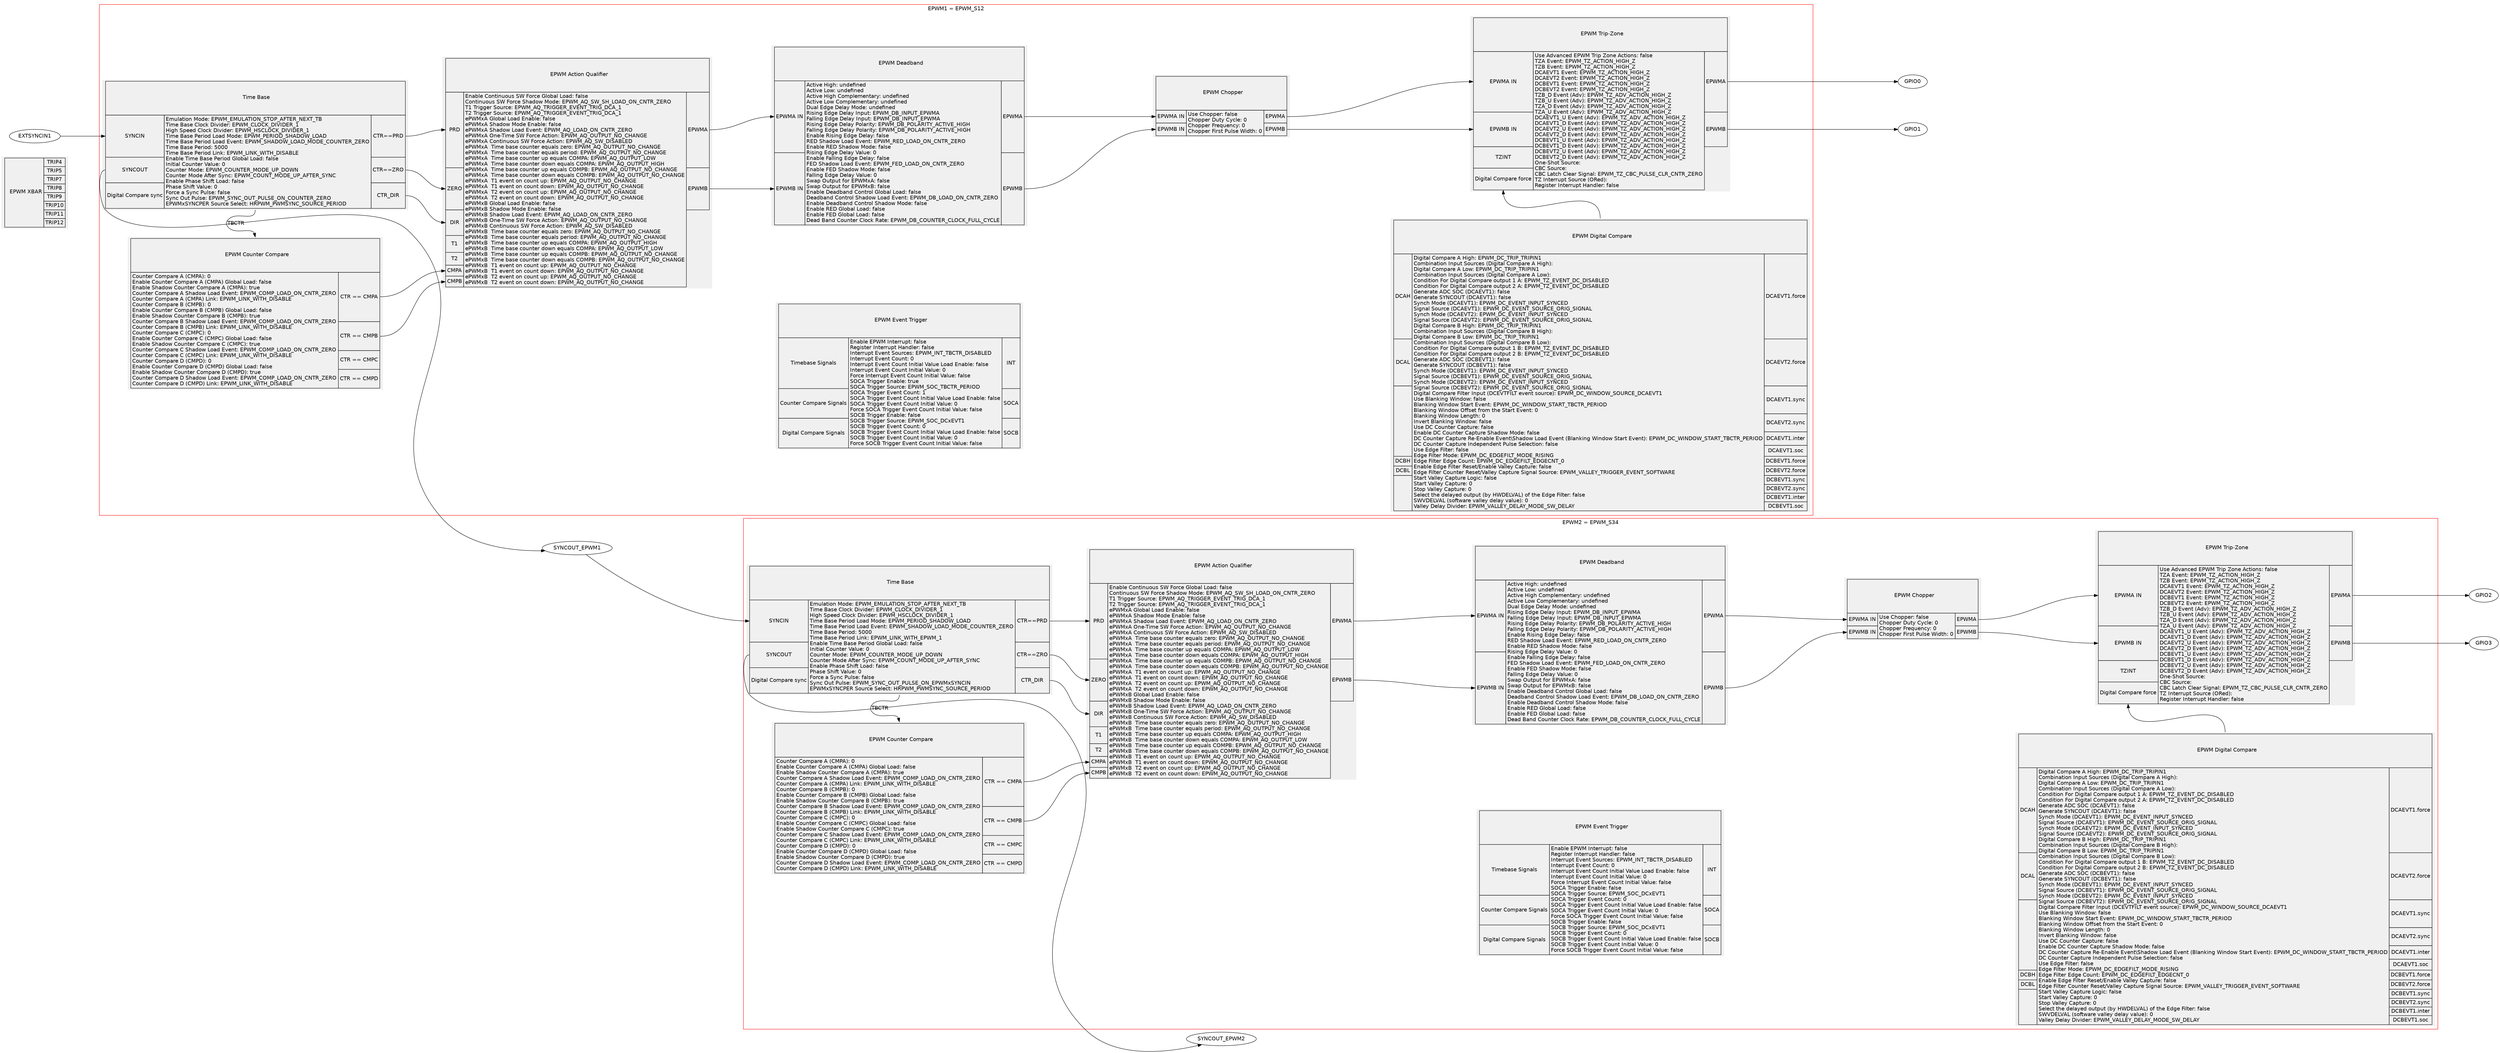
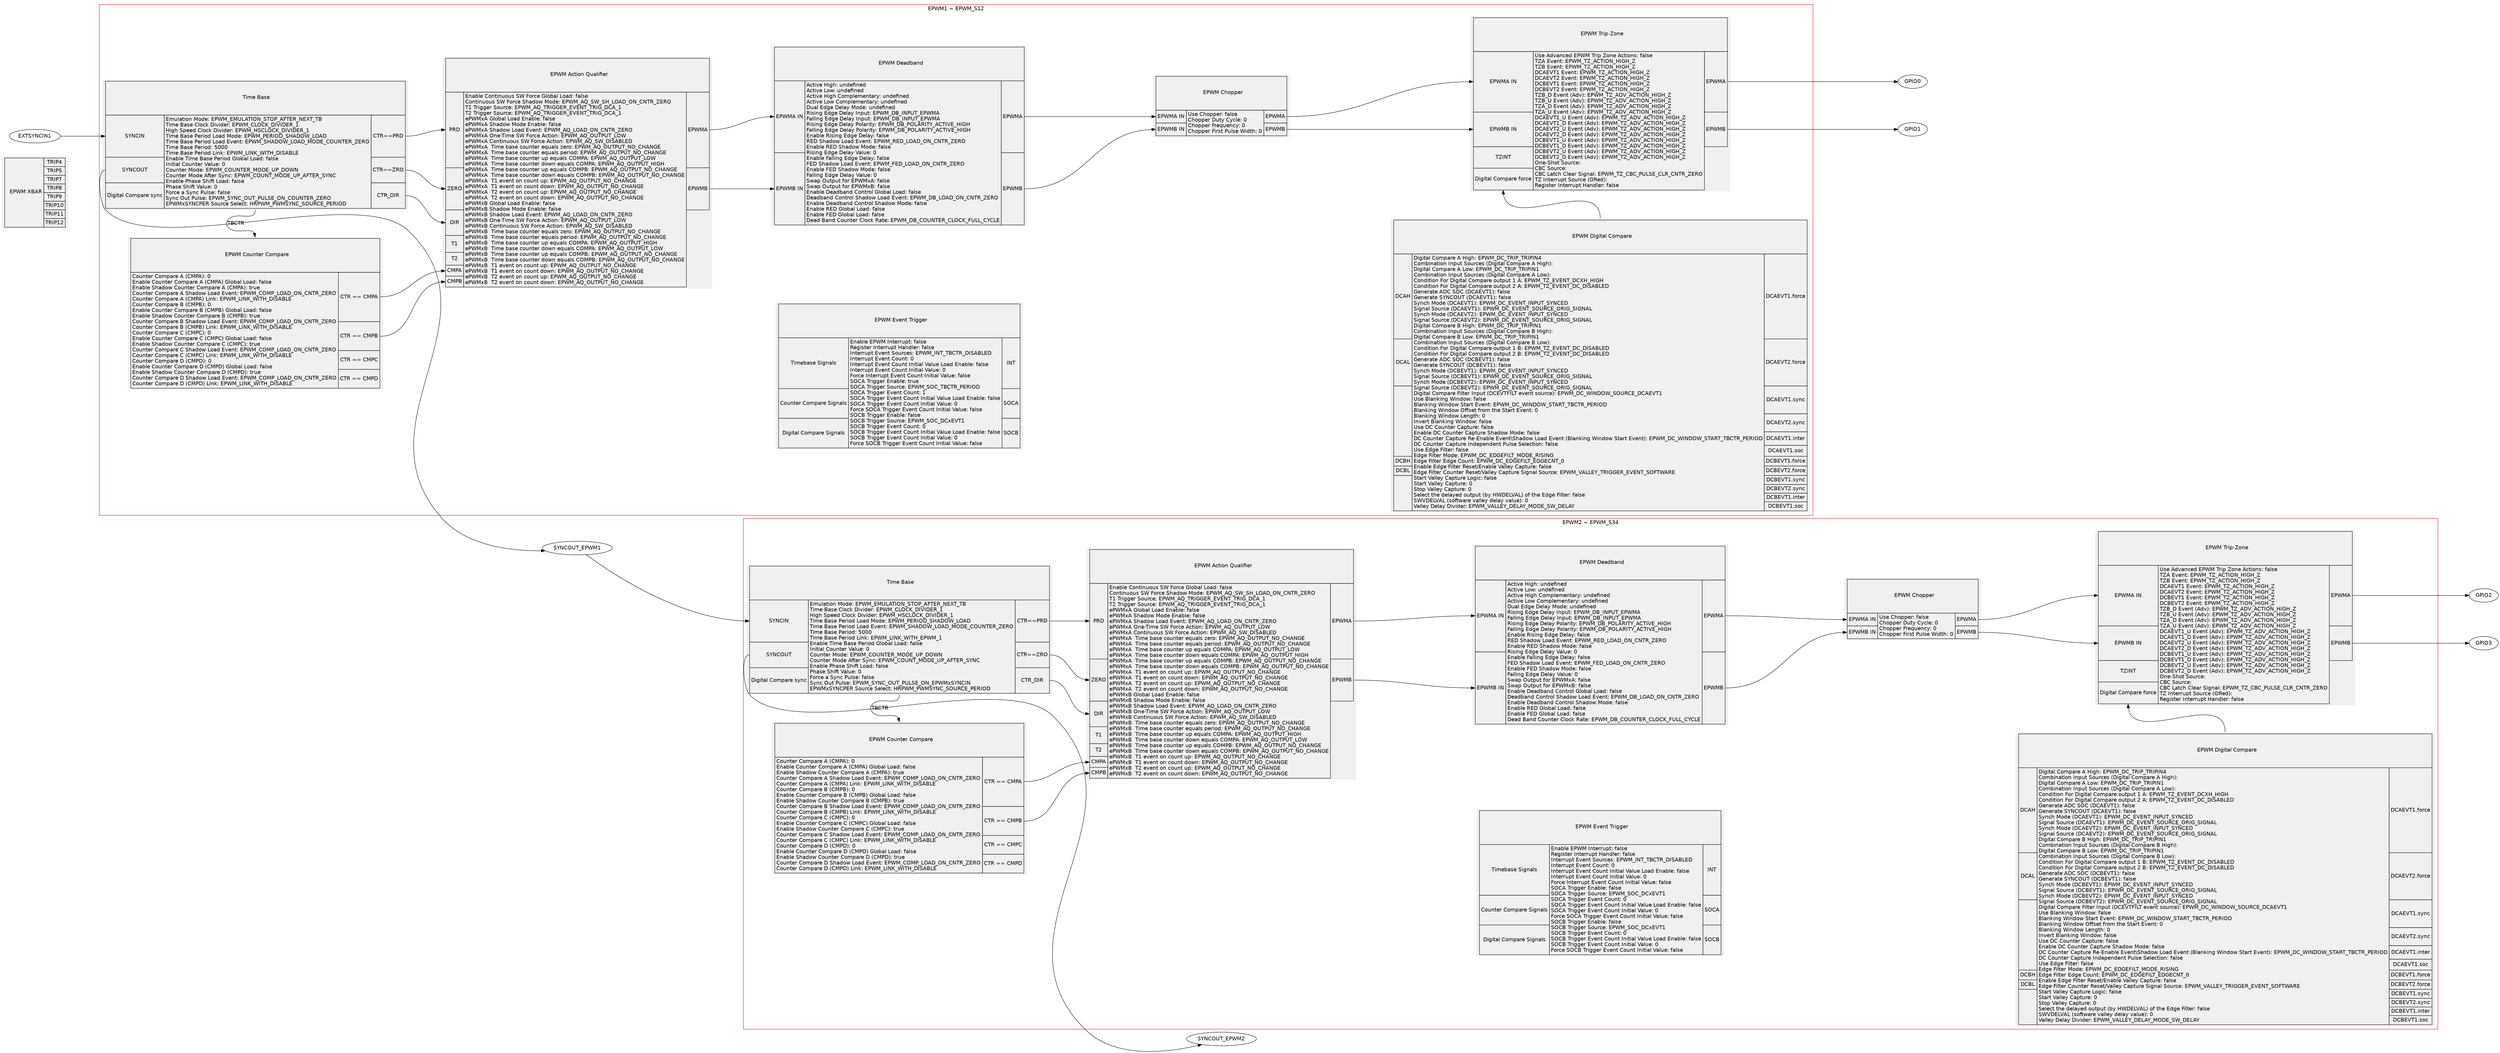
digraph {
    graph [fontname = "helvetica"];
    node  [fontname = "helvetica"];
    edge  [fontname = "helvetica"];
    graph [mclimit=50 nodesep=0.5 rankdir=LR ranksep=1.25]

    EPWMXBAR [label= <<TABLE BORDER='0' CELLBORDER='1' CELLPADDING='3' CELLSPACING='0'>
                       <TR><TD PORT='epwmxbar_title' ROWSPAN='9'><br/><br/>  EPWM XBAR<br/><br/><br/></TD></TR>
                       <TR><TD PORT='trip4'>TRIP4</TD></TR>
                       <TR><TD PORT='trip5'>TRIP5</TD></TR>
                       <TR><TD PORT='trip7'>TRIP7</TD></TR>
                       <TR><TD PORT='trip8'>TRIP8</TD></TR>
                       <TR><TD PORT='trip9'>TRIP9</TD></TR>
                       <TR><TD PORT='trip10'>TRIP10</TD></TR>
                       <TR><TD PORT='trip11'>TRIP11</TD></TR>
                       <TR><TD PORT='trip12'>TRIP12</TD></TR>
                       </TABLE>>
               color=black shape=plaintext fillcolor="#F0F0F0" style=filled]


    subgraph cluster_epwm1 {
        label = "EPWM1 = EPWM_S12";
        color=red;


        epwm1_TB [label= <<TABLE BORDER='0' CELLBORDER='1' CELLPADDING='3' CELLSPACING='0'>
                        <TR><TD PORT='' COLSPAN='3'><br/><br/>  Time Base <br/><br/><br/></TD></TR>
                        <TR><TD PORT='epwm1_syncin'>SYNCIN</TD><TD ROWSPAN='3'>Emulation Mode: EPWM_EMULATION_STOP_AFTER_NEXT_TB<br align="left" />Time Base Clock Divider: EPWM_CLOCK_DIVIDER_1<br align="left" />High Speed Clock Divider: EPWM_HSCLOCK_DIVIDER_1<br align="left" />Time Base Period Load Mode: EPWM_PERIOD_SHADOW_LOAD<br align="left" />Time Base Period Load Event: EPWM_SHADOW_LOAD_MODE_COUNTER_ZERO<br align="left" />Time Base Period: 5000<br align="left" />Time Base Period Link: EPWM_LINK_WITH_DISABLE<br align="left" />Enable Time Base Period Global Load: false<br align="left" />Initial Counter Value: 0<br align="left" />Counter Mode: EPWM_COUNTER_MODE_UP_DOWN<br align="left" />Counter Mode After Sync: EPWM_COUNT_MODE_UP_AFTER_SYNC<br align="left" />Enable Phase Shift Load: false<br align="left" />Phase Shift Value: 0<br align="left" />Force a Sync Pulse: false<br align="left" />Sync Out Pulse: EPWM_SYNC_OUT_PULSE_ON_COUNTER_ZERO<br align="left" />EPWMxSYNCPER Source Select: HRPWM_PWMSYNC_SOURCE_PERIOD<br align="left" /></TD><TD PORT='epwm1_tb_prd'>CTR==PRD</TD></TR>
                        <TR><TD PORT='epwm1_syncout'>SYNCOUT</TD><TD COL='3' PORT='epwm1_tb_zero'>CTR==ZRO</TD></TR>
                        <TR><TD PORT=''>Digital Compare sync</TD><TD COL='3' PORT='epwm1_tb_dir'>CTR_DIR</TD></TR>
                       </TABLE>>
               color=black shape=plaintext fillcolor="#F0F0F0" style=filled]


        epwm1_DC [label= <<TABLE BORDER='0' CELLBORDER='1' CELLPADDING='3' CELLSPACING='0'>
                       <TR><TD PORT='epwm1_dc_title' COLSPAN='3'><br/><br/>  EPWM Digital Compare<br/><br/><br/></TD></TR>
-                        <TR><TD PORT='epwm1_dcah'>DCAH</TD><TD ROWSPAN='12'>Digital Compare A High: EPWM_DC_TRIP_TRIPIN1<br align="left" />Combination Input Sources (Digital Compare A High): <br align="left" />Digital Compare A Low: EPWM_DC_TRIP_TRIPIN1<br align="left" />Combination Input Sources (Digital Compare A Low): <br align="left" />Condition For Digital Compare output 1 A: EPWM_TZ_EVENT_DC_DISABLED<br align="left" />Condition For Digital Compare output 2 A: EPWM_TZ_EVENT_DC_DISABLED<br align="left" />Generate ADC SOC (DCAEVT1): false<br align="left" />Generate SYNCOUT (DCAEVT1): false<br align="left" />Synch Mode (DCAEVT1): EPWM_DC_EVENT_INPUT_SYNCED<br align="left" />Signal Source (DCAEVT1): EPWM_DC_EVENT_SOURCE_ORIG_SIGNAL<br align="left" />Synch Mode (DCAEVT2): EPWM_DC_EVENT_INPUT_SYNCED<br align="left" />Signal Source (DCAEVT2): EPWM_DC_EVENT_SOURCE_ORIG_SIGNAL<br align="left" />Digital Compare B High: EPWM_DC_TRIP_TRIPIN1<br align="left" />Combination Input Sources (Digital Compare B High): <br align="left" />Digital Compare B Low: EPWM_DC_TRIP_TRIPIN1<br align="left" />Combination Input Sources (Digital Compare B Low): <br align="left" />Condition For Digital Compare output 1 B: EPWM_TZ_EVENT_DC_DISABLED<br align="left" />Condition For Digital Compare output 2 B: EPWM_TZ_EVENT_DC_DISABLED<br align="left" />Generate ADC SOC (DCBEVT1): false<br align="left" />Generate SYNCOUT (DCBEVT1): false<br align="left" />Synch Mode (DCBEVT1): EPWM_DC_EVENT_INPUT_SYNCED<br align="left" />Signal Source (DCBEVT1): EPWM_DC_EVENT_SOURCE_ORIG_SIGNAL<br align="left" />Synch Mode (DCBEVT2): EPWM_DC_EVENT_INPUT_SYNCED<br align="left" />Signal Source (DCBEVT2): EPWM_DC_EVENT_SOURCE_ORIG_SIGNAL<br align="left" />Digital Compare Filter Input (DCEVTFILT event source): EPWM_DC_WINDOW_SOURCE_DCAEVT1<br align="left" />Use Blanking Window: false<br align="left" />Blanking Window Start Event: EPWM_DC_WINDOW_START_TBCTR_PERIOD<br align="left" />Blanking Window Offset from the Start Event: 0<br align="left" />Blanking Window Length: 0<br align="left" />Invert Blanking Window: false<br align="left" />Use DC Counter Capture: false<br align="left" />Enable DC Counter Capture Shadow Mode: false<br align="left" />DC Counter Capture Re-Enable Event\Shadow Load Event (Blanking Window Start Event): EPWM_DC_WINDOW_START_TBCTR_PERIOD<br align="left" />DC Counter Capture Independent Pulse Selection: false<br align="left" />Use Edge Filter: false<br align="left" />Edge Filter Mode: EPWM_DC_EDGEFILT_MODE_RISING<br align="left" />Edge Filter Edge Count: EPWM_DC_EDGEFILT_EDGECNT_0<br align="left" />Enable Edge Filter Reset/Enable Valley Capture: false<br align="left" />Edge Filter Counter Reset/Valley Capture Signal Source: EPWM_VALLEY_TRIGGER_EVENT_SOFTWARE<br align="left" />Start Valley Capture Logic: false<br align="left" />Start Valley Capture: 0<br align="left" />Stop Valley Capture: 0<br align="left" />Select the delayed output (by HWDELVAL) of the Edge Filter: false<br align="left" />SWVDELVAL (software valley delay value): 0<br align="left" />Valley Delay Divider: EPWM_VALLEY_DELAY_MODE_SW_DELAY<br align="left" /></TD><TD COL='3' PORT='epwm1_dcaevt1frc'>DCAEVT1.force</TD></TR>
+                        <TR><TD PORT='epwm1_dcah'>DCAH</TD><TD ROWSPAN='12'>Digital Compare A High: EPWM_DC_TRIP_TRIPIN4<br align="left" />Combination Input Sources (Digital Compare A High): <br align="left" />Digital Compare A Low: EPWM_DC_TRIP_TRIPIN1<br align="left" />Combination Input Sources (Digital Compare A Low): <br align="left" />Condition For Digital Compare output 1 A: EPWM_TZ_EVENT_DCXH_HIGH<br align="left" />Condition For Digital Compare output 2 A: EPWM_TZ_EVENT_DC_DISABLED<br align="left" />Generate ADC SOC (DCAEVT1): false<br align="left" />Generate SYNCOUT (DCAEVT1): false<br align="left" />Synch Mode (DCAEVT1): EPWM_DC_EVENT_INPUT_SYNCED<br align="left" />Signal Source (DCAEVT1): EPWM_DC_EVENT_SOURCE_ORIG_SIGNAL<br align="left" />Synch Mode (DCAEVT2): EPWM_DC_EVENT_INPUT_SYNCED<br align="left" />Signal Source (DCAEVT2): EPWM_DC_EVENT_SOURCE_ORIG_SIGNAL<br align="left" />Digital Compare B High: EPWM_DC_TRIP_TRIPIN1<br align="left" />Combination Input Sources (Digital Compare B High): <br align="left" />Digital Compare B Low: EPWM_DC_TRIP_TRIPIN1<br align="left" />Combination Input Sources (Digital Compare B Low): <br align="left" />Condition For Digital Compare output 1 B: EPWM_TZ_EVENT_DC_DISABLED<br align="left" />Condition For Digital Compare output 2 B: EPWM_TZ_EVENT_DC_DISABLED<br align="left" />Generate ADC SOC (DCBEVT1): false<br align="left" />Generate SYNCOUT (DCBEVT1): false<br align="left" />Synch Mode (DCBEVT1): EPWM_DC_EVENT_INPUT_SYNCED<br align="left" />Signal Source (DCBEVT1): EPWM_DC_EVENT_SOURCE_ORIG_SIGNAL<br align="left" />Synch Mode (DCBEVT2): EPWM_DC_EVENT_INPUT_SYNCED<br align="left" />Signal Source (DCBEVT2): EPWM_DC_EVENT_SOURCE_ORIG_SIGNAL<br align="left" />Digital Compare Filter Input (DCEVTFILT event source): EPWM_DC_WINDOW_SOURCE_DCAEVT1<br align="left" />Use Blanking Window: false<br align="left" />Blanking Window Start Event: EPWM_DC_WINDOW_START_TBCTR_PERIOD<br align="left" />Blanking Window Offset from the Start Event: 0<br align="left" />Blanking Window Length: 0<br align="left" />Invert Blanking Window: false<br align="left" />Use DC Counter Capture: false<br align="left" />Enable DC Counter Capture Shadow Mode: false<br align="left" />DC Counter Capture Re-Enable Event\Shadow Load Event (Blanking Window Start Event): EPWM_DC_WINDOW_START_TBCTR_PERIOD<br align="left" />DC Counter Capture Independent Pulse Selection: false<br align="left" />Use Edge Filter: false<br align="left" />Edge Filter Mode: EPWM_DC_EDGEFILT_MODE_RISING<br align="left" />Edge Filter Edge Count: EPWM_DC_EDGEFILT_EDGECNT_0<br align="left" />Enable Edge Filter Reset/Enable Valley Capture: false<br align="left" />Edge Filter Counter Reset/Valley Capture Signal Source: EPWM_VALLEY_TRIGGER_EVENT_SOFTWARE<br align="left" />Start Valley Capture Logic: false<br align="left" />Start Valley Capture: 0<br align="left" />Stop Valley Capture: 0<br align="left" />Select the delayed output (by HWDELVAL) of the Edge Filter: false<br align="left" />SWVDELVAL (software valley delay value): 0<br align="left" />Valley Delay Divider: EPWM_VALLEY_DELAY_MODE_SW_DELAY<br align="left" /></TD><TD COL='3' PORT='epwm1_dcaevt1frc'>DCAEVT1.force</TD></TR>
                       <TR><TD PORT='epwm1_dcal'>DCAL</TD>                                 <TD COL='3' PORT=''>DCAEVT2.force</TD></TR>
                       <TR><TD ROWSPAN='4'></TD>                                                        <TD COL='3' PORT=''>DCAEVT1.sync</TD></TR>
                       <TR>                                                                             <TD COL='3' PORT=''>DCAEVT2.sync</TD></TR>
                       <TR>                                                                             <TD COL='3' PORT=''>DCAEVT1.inter</TD></TR>
                       <TR>                                                                             <TD COL='3' PORT=''>DCAEVT1.soc</TD></TR>
                       <TR><TD PORT='epwm1_dcbh'>DCBH</TD>                                 <TD PORT='epwm1_dcbevt1frc'>DCBEVT1.force</TD></TR>
                       <TR><TD PORT='epwm1_dcbl'>DCBL</TD>                                 <TD PORT=''>DCBEVT2.force</TD></TR>
                       <TR><TD ROWSPAN='4'></TD>                                                        <TD COL='3' PORT=''>DCBEVT1.sync</TD></TR>
                       <TR>                                                                             <TD COL='3' PORT=''>DCBEVT2.sync</TD></TR>
                       <TR>                                                                             <TD COL='3' PORT=''>DCBEVT1.inter</TD></TR>
                       <TR>                                                                             <TD COL='3' PORT=''>DCBEVT1.soc</TD></TR>
                       </TABLE>>
               color=black shape=plaintext fillcolor="#F0F0F0" style=filled]


        epwm1_CC [label= <<TABLE BORDER='0' CELLBORDER='1' CELLPADDING='3' CELLSPACING='0'>
                       <TR><TD PORT='epwm1_cc_title' COLSPAN='3'><br/><br/>  EPWM Counter Compare<br/><br/><br/></TD></TR>
                       <TR><TD PORT='' COLSPAN='2' ROWSPAN='4'>Counter Compare A (CMPA): 0<br align="left" />Enable Counter Compare A (CMPA) Global Load: false<br align="left" />Enable Shadow Counter Compare A (CMPA): true<br align="left" />Counter Compare A Shadow Load Event: EPWM_COMP_LOAD_ON_CNTR_ZERO<br align="left" />Counter Compare A (CMPA) Link: EPWM_LINK_WITH_DISABLE<br align="left" />Counter Compare B (CMPB): 0<br align="left" />Enable Counter Compare B (CMPB) Global Load: false<br align="left" />Enable Shadow Counter Compare B (CMPB): true<br align="left" />Counter Compare B Shadow Load Event: EPWM_COMP_LOAD_ON_CNTR_ZERO<br align="left" />Counter Compare B (CMPB) Link: EPWM_LINK_WITH_DISABLE<br align="left" />Counter Compare C (CMPC): 0<br align="left" />Enable Counter Compare C (CMPC) Global Load: false<br align="left" />Enable Shadow Counter Compare C (CMPC): true<br align="left" />Counter Compare C Shadow Load Event: EPWM_COMP_LOAD_ON_CNTR_ZERO<br align="left" />Counter Compare C (CMPC) Link: EPWM_LINK_WITH_DISABLE<br align="left" />Counter Compare D (CMPD): 0<br align="left" />Enable Counter Compare D (CMPD) Global Load: false<br align="left" />Enable Shadow Counter Compare D (CMPD): true<br align="left" />Counter Compare D Shadow Load Event: EPWM_COMP_LOAD_ON_CNTR_ZERO<br align="left" />Counter Compare D (CMPD) Link: EPWM_LINK_WITH_DISABLE<br align="left" /></TD><TD COL='3' PORT='epwm1_cc_cmpa'>CTR == CMPA</TD></TR>
                       <TR><TD COL='3' PORT='epwm1_cc_cmpb'>CTR == CMPB</TD></TR>
                       <TR><TD COL='3' PORT='epwm1_cc_cmpc'>CTR == CMPC</TD></TR>
                       <TR><TD COL='3' PORT='epwm1_cc_cmpd'>CTR == CMPD</TD></TR>
                       </TABLE>>
               color=black shape=plaintext fillcolor="#F0F0F0" style=filled]


        epwm1_AQ [label= <<TABLE BORDER='0' CELLBORDER='1' CELLPADDING='3' CELLSPACING='0'>
                       <TR><TD PORT='epwm1_aq_title' COLSPAN='3'><br/><br/>  EPWM Action Qualifier<br/><br/><br/></TD></TR>
-                        <TR><TD PORT='epwm1_aq_prd'>PRD</TD><TD PORT='' ROWSPAN='7'>Enable Continuous SW Force Global Load: false<br align="left" />Continuous SW Force Shadow Mode: EPWM_AQ_SW_SH_LOAD_ON_CNTR_ZERO<br align="left" />T1 Trigger Source: EPWM_AQ_TRIGGER_EVENT_TRIG_DCA_1<br align="left" />T2 Trigger Source: EPWM_AQ_TRIGGER_EVENT_TRIG_DCA_1<br align="left" />ePWMxA Global Load Enable: false<br align="left" />ePWMxA Shadow Mode Enable: false<br align="left" />ePWMxA Shadow Load Event: EPWM_AQ_LOAD_ON_CNTR_ZERO<br align="left" />ePWMxA One-Time SW Force Action: EPWM_AQ_OUTPUT_NO_CHANGE<br align="left" />ePWMxA Continuous SW Force Action: EPWM_AQ_SW_DISABLED<br align="left" />ePWMxA  Time base counter equals zero: EPWM_AQ_OUTPUT_NO_CHANGE<br align="left" />ePWMxA  Time base counter equals period: EPWM_AQ_OUTPUT_NO_CHANGE<br align="left" />ePWMxA  Time base counter up equals COMPA: EPWM_AQ_OUTPUT_LOW<br align="left" />ePWMxA  Time base counter down equals COMPA: EPWM_AQ_OUTPUT_HIGH<br align="left" />ePWMxA  Time base counter up equals COMPB: EPWM_AQ_OUTPUT_NO_CHANGE<br align="left" />ePWMxA  Time base counter down equals COMPB: EPWM_AQ_OUTPUT_NO_CHANGE<br align="left" />ePWMxA  T1 event on count up: EPWM_AQ_OUTPUT_NO_CHANGE<br align="left" />ePWMxA  T1 event on count down: EPWM_AQ_OUTPUT_NO_CHANGE<br align="left" />ePWMxA  T2 event on count up: EPWM_AQ_OUTPUT_NO_CHANGE<br align="left" />ePWMxA  T2 event on count down: EPWM_AQ_OUTPUT_NO_CHANGE<br align="left" />ePWMxB Global Load Enable: false<br align="left" />ePWMxB Shadow Mode Enable: false<br align="left" />ePWMxB Shadow Load Event: EPWM_AQ_LOAD_ON_CNTR_ZERO<br align="left" />ePWMxB One-Time SW Force Action: EPWM_AQ_OUTPUT_NO_CHANGE<br align="left" />ePWMxB Continuous SW Force Action: EPWM_AQ_SW_DISABLED<br align="left" />ePWMxB  Time base counter equals zero: EPWM_AQ_OUTPUT_NO_CHANGE<br align="left" />ePWMxB  Time base counter equals period: EPWM_AQ_OUTPUT_NO_CHANGE<br align="left" />ePWMxB  Time base counter up equals COMPA: EPWM_AQ_OUTPUT_HIGH<br align="left" />ePWMxB  Time base counter down equals COMPA: EPWM_AQ_OUTPUT_LOW<br align="left" />ePWMxB  Time base counter up equals COMPB: EPWM_AQ_OUTPUT_NO_CHANGE<br align="left" />ePWMxB  Time base counter down equals COMPB: EPWM_AQ_OUTPUT_NO_CHANGE<br align="left" />ePWMxB  T1 event on count up: EPWM_AQ_OUTPUT_NO_CHANGE<br align="left" />ePWMxB  T1 event on count down: EPWM_AQ_OUTPUT_NO_CHANGE<br align="left" />ePWMxB  T2 event on count up: EPWM_AQ_OUTPUT_NO_CHANGE<br align="left" />ePWMxB  T2 event on count down: EPWM_AQ_OUTPUT_NO_CHANGE<br align="left" /></TD><TD COL='3' PORT='epwm1_aq_epwma'>EPWMA</TD></TR>
+                        <TR><TD PORT='epwm1_aq_prd'>PRD</TD><TD PORT='' ROWSPAN='7'>Enable Continuous SW Force Global Load: false<br align="left" />Continuous SW Force Shadow Mode: EPWM_AQ_SW_SH_LOAD_ON_CNTR_ZERO<br align="left" />T1 Trigger Source: EPWM_AQ_TRIGGER_EVENT_TRIG_DCA_1<br align="left" />T2 Trigger Source: EPWM_AQ_TRIGGER_EVENT_TRIG_DCA_1<br align="left" />ePWMxA Global Load Enable: false<br align="left" />ePWMxA Shadow Mode Enable: false<br align="left" />ePWMxA Shadow Load Event: EPWM_AQ_LOAD_ON_CNTR_ZERO<br align="left" />ePWMxA One-Time SW Force Action: EPWM_AQ_OUTPUT_LOW<br align="left" />ePWMxA Continuous SW Force Action: EPWM_AQ_SW_DISABLED<br align="left" />ePWMxA  Time base counter equals zero: EPWM_AQ_OUTPUT_NO_CHANGE<br align="left" />ePWMxA  Time base counter equals period: EPWM_AQ_OUTPUT_NO_CHANGE<br align="left" />ePWMxA  Time base counter up equals COMPA: EPWM_AQ_OUTPUT_LOW<br align="left" />ePWMxA  Time base counter down equals COMPA: EPWM_AQ_OUTPUT_HIGH<br align="left" />ePWMxA  Time base counter up equals COMPB: EPWM_AQ_OUTPUT_NO_CHANGE<br align="left" />ePWMxA  Time base counter down equals COMPB: EPWM_AQ_OUTPUT_NO_CHANGE<br align="left" />ePWMxA  T1 event on count up: EPWM_AQ_OUTPUT_NO_CHANGE<br align="left" />ePWMxA  T1 event on count down: EPWM_AQ_OUTPUT_NO_CHANGE<br align="left" />ePWMxA  T2 event on count up: EPWM_AQ_OUTPUT_NO_CHANGE<br align="left" />ePWMxA  T2 event on count down: EPWM_AQ_OUTPUT_NO_CHANGE<br align="left" />ePWMxB Global Load Enable: false<br align="left" />ePWMxB Shadow Mode Enable: false<br align="left" />ePWMxB Shadow Load Event: EPWM_AQ_LOAD_ON_CNTR_ZERO<br align="left" />ePWMxB One-Time SW Force Action: EPWM_AQ_OUTPUT_LOW<br align="left" />ePWMxB Continuous SW Force Action: EPWM_AQ_SW_DISABLED<br align="left" />ePWMxB  Time base counter equals zero: EPWM_AQ_OUTPUT_NO_CHANGE<br align="left" />ePWMxB  Time base counter equals period: EPWM_AQ_OUTPUT_NO_CHANGE<br align="left" />ePWMxB  Time base counter up equals COMPA: EPWM_AQ_OUTPUT_HIGH<br align="left" />ePWMxB  Time base counter down equals COMPA: EPWM_AQ_OUTPUT_LOW<br align="left" />ePWMxB  Time base counter up equals COMPB: EPWM_AQ_OUTPUT_NO_CHANGE<br align="left" />ePWMxB  Time base counter down equals COMPB: EPWM_AQ_OUTPUT_NO_CHANGE<br align="left" />ePWMxB  T1 event on count up: EPWM_AQ_OUTPUT_NO_CHANGE<br align="left" />ePWMxB  T1 event on count down: EPWM_AQ_OUTPUT_NO_CHANGE<br align="left" />ePWMxB  T2 event on count up: EPWM_AQ_OUTPUT_NO_CHANGE<br align="left" />ePWMxB  T2 event on count down: EPWM_AQ_OUTPUT_NO_CHANGE<br align="left" /></TD><TD COL='3' PORT='epwm1_aq_epwma'>EPWMA</TD></TR>
                       <TR><TD PORT='epwm1_aq_zero'>ZERO</TD>                                    <TD COL='3' PORT='epwm1_aq_epwmb'>EPWMB</TD></TR>
                       <TR><TD PORT='epwm1_aq_dir'>DIR</TD>                                    </TR>
                       <TR><TD PORT='epwm1_aq_t1'>T1</TD>                                    </TR>
                       <TR><TD PORT='epwm1_aq_t2'>T2</TD>                                    </TR>
                       <TR><TD PORT='epwm1_aq_cmpa'>CMPA</TD>                                    </TR>
                       <TR><TD PORT='epwm1_aq_cmpb'>CMPB</TD>                                    </TR>
                       </TABLE>>
               color=black shape=plaintext fillcolor="#F0F0F0" style=filled]


        epwm1_DB [label= <<TABLE BORDER='0' CELLBORDER='1' CELLPADDING='3' CELLSPACING='0'>
                       <TR><TD PORT='epwm1_db_title' COLSPAN='3'><br/><br/>  EPWM Deadband<br/><br/><br/></TD></TR>
                       <TR><TD PORT='epwm1_db_epwma_in'>EPWMA IN</TD><TD PORT='' ROWSPAN='2'>Active High: undefined<br align="left" />Active Low: undefined<br align="left" />Active High Complementary: undefined<br align="left" />Active Low Complementary: undefined<br align="left" />Dual Edge Delay Mode: undefined<br align="left" />Rising Edge Delay Input: EPWM_DB_INPUT_EPWMA<br align="left" />Falling Edge Delay Input: EPWM_DB_INPUT_EPWMA<br align="left" />Rising Edge Delay Polarity: EPWM_DB_POLARITY_ACTIVE_HIGH<br align="left" />Falling Edge Delay Polarity: EPWM_DB_POLARITY_ACTIVE_HIGH<br align="left" />Enable Rising Edge Delay: false<br align="left" />RED Shadow Load Event: EPWM_RED_LOAD_ON_CNTR_ZERO<br align="left" />Enable RED Shadow Mode: false<br align="left" />Rising Edge Delay Value: 0<br align="left" />Enable Falling Edge Delay: false<br align="left" />FED Shadow Load Event: EPWM_FED_LOAD_ON_CNTR_ZERO<br align="left" />Enable FED Shadow Mode: false<br align="left" />Falling Edge Delay Value: 0<br align="left" />Swap Output for EPWMxA: false<br align="left" />Swap Output for EPWMxB: false<br align="left" />Enable Deadband Control Global Load: false<br align="left" />Deadband Control Shadow Load Event: EPWM_DB_LOAD_ON_CNTR_ZERO<br align="left" />Enable Deadband Control Shadow Mode: false<br align="left" />Enable RED Global Load: false<br align="left" />Enable FED Global Load: false<br align="left" />Dead Band Counter Clock Rate: EPWM_DB_COUNTER_CLOCK_FULL_CYCLE<br align="left" /></TD><TD COL='3' PORT='epwm1_db_epwma_out'>EPWMA</TD></TR>
                       <TR><TD PORT='epwm1_db_epwmb_in'>EPWMB IN</TD>                                    <TD COL='3' PORT='epwm1_db_epwmb_out'>EPWMB</TD></TR>
                       </TABLE>>
               color=black shape=plaintext fillcolor="#F0F0F0" style=filled]


        epwm1_PC [label= <<TABLE BORDER='0' CELLBORDER='1' CELLPADDING='3' CELLSPACING='0'>
                       <TR><TD PORT='epwm1_pc_title' COLSPAN='3'><br/><br/>  EPWM Chopper<br/><br/><br/></TD></TR>
                       <TR><TD PORT='epwm1_pc_epwma_in'>EPWMA IN</TD><TD PORT='' ROWSPAN='2'>Use Chopper: false<br align="left" />Chopper Duty Cycle: 0<br align="left" />Chopper Frequency: 0<br align="left" />Chopper First Pulse Width: 0<br align="left" /></TD><TD COL='3' PORT='epwm1_pc_epwma_out'>EPWMA</TD></TR>
                       <TR><TD PORT='epwm1_pc_epwmb_in'>EPWMB IN</TD>                                    <TD COL='3' PORT='epwm1_pc_epwmb_out'>EPWMB</TD></TR>
                       </TABLE>>
               color=black shape=plaintext fillcolor="#F0F0F0" style=filled]


        epwm1_TZ [label= <<TABLE BORDER='0' CELLBORDER='1' CELLPADDING='3' CELLSPACING='0'>
                       <TR><TD PORT='epwm1_tz_title' COLSPAN='3'><br/><br/>  EPWM Trip-Zone<br/><br/><br/></TD></TR>
                       <TR><TD PORT='epwm1_tz_epwma_in'>EPWMA IN</TD><TD PORT='' ROWSPAN='4'>Use Advanced EPWM Trip Zone Actions: false<br align="left" />TZA Event: EPWM_TZ_ACTION_HIGH_Z<br align="left" />TZB Event: EPWM_TZ_ACTION_HIGH_Z<br align="left" />DCAEVT1 Event: EPWM_TZ_ACTION_HIGH_Z<br align="left" />DCAEVT2 Event: EPWM_TZ_ACTION_HIGH_Z<br align="left" />DCBEVT1 Event: EPWM_TZ_ACTION_HIGH_Z<br align="left" />DCBEVT2 Event: EPWM_TZ_ACTION_HIGH_Z<br align="left" />TZB_D Event (Adv): EPWM_TZ_ADV_ACTION_HIGH_Z<br align="left" />TZB_U Event (Adv): EPWM_TZ_ADV_ACTION_HIGH_Z<br align="left" />TZA_D Event (Adv): EPWM_TZ_ADV_ACTION_HIGH_Z<br align="left" />TZA_U Event (Adv): EPWM_TZ_ADV_ACTION_HIGH_Z<br align="left" />DCAEVT1_U Event (Adv): EPWM_TZ_ADV_ACTION_HIGH_Z<br align="left" />DCAEVT1_D Event (Adv): EPWM_TZ_ADV_ACTION_HIGH_Z<br align="left" />DCAEVT2_U Event (Adv): EPWM_TZ_ADV_ACTION_HIGH_Z<br align="left" />DCAEVT2_D Event (Adv): EPWM_TZ_ADV_ACTION_HIGH_Z<br align="left" />DCBEVT1_U Event (Adv): EPWM_TZ_ADV_ACTION_HIGH_Z<br align="left" />DCBEVT1_D Event (Adv): EPWM_TZ_ADV_ACTION_HIGH_Z<br align="left" />DCBEVT2_U Event (Adv): EPWM_TZ_ADV_ACTION_HIGH_Z<br align="left" />DCBEVT2_D Event (Adv): EPWM_TZ_ADV_ACTION_HIGH_Z<br align="left" />One-Shot Source: <br align="left" />CBC Source: <br align="left" />CBC Latch Clear Signal: EPWM_TZ_CBC_PULSE_CLR_CNTR_ZERO<br align="left" />TZ Interrupt Source (ORed): <br align="left" />Register Interrupt Handler: false<br align="left" /></TD><TD COL='3' PORT='epwm1_tz_epwma_out'>EPWMA</TD></TR>
                       <TR><TD PORT='epwm1_tz_epwmb_in'>EPWMB IN</TD>                                    <TD COL='3' PORT='epwm1_tz_epwmb_out'>EPWMB</TD></TR>
                       <TR><TD PORT='epwm1_tz_int'>TZINT</TD>                                    </TR>
                       <TR><TD PORT='epwm1_tz_dcforce'>Digital Compare force</TD>                                    </TR>
                       </TABLE>>
               color=black shape=plaintext fillcolor="#F0F0F0" style=filled]


        epwm1_ET [label= <<TABLE BORDER='0' CELLBORDER='1' CELLPADDING='3' CELLSPACING='0'>
                       <TR><TD PORT='epwm1_et_title' COLSPAN='3'><br/><br/>  EPWM Event Trigger<br/><br/><br/></TD></TR>
                       <TR><TD PORT='epwm1_et_tb'>Timebase Signals</TD><TD PORT='' ROWSPAN='3'>Enable EPWM Interrupt: false<br align="left" />Register Interrupt Handler: false<br align="left" />Interrupt Event Sources: EPWM_INT_TBCTR_DISABLED<br align="left" />Interrupt Event Count: 0<br align="left" />Interrupt Event Count Initial Value Load Enable: false<br align="left" />Interrupt Event Count Initial Value: 0<br align="left" />Force Interrupt Event Count Initial Value: false<br align="left" />SOCA Trigger Enable: true<br align="left" />SOCA Trigger Source: EPWM_SOC_TBCTR_PERIOD<br align="left" />SOCA Trigger Event Count: 1<br align="left" />SOCA Trigger Event Count Initial Value Load Enable: false<br align="left" />SOCA Trigger Event Count Initial Value: 0<br align="left" />Force SOCA Trigger Event Count Initial Value: false<br align="left" />SOCB Trigger Enable: false<br align="left" />SOCB Trigger Source: EPWM_SOC_DCxEVT1<br align="left" />SOCB Trigger Event Count: 0<br align="left" />SOCB Trigger Event Count Initial Value Load Enable: false<br align="left" />SOCB Trigger Event Count Initial Value: 0<br align="left" />Force SOCB Trigger Event Count Initial Value: false<br align="left" /></TD><TD COL='3' PORT='epwm1_et_int'>INT</TD></TR>
                       <TR><TD PORT='epwm1_et_cc'>Counter Compare Signals</TD>                                    <TD COL='3' PORT='epwm1_et_soca'>SOCA</TD></TR>
                       <TR><TD PORT='epwm1_et_dc'>Digital Compare Signals</TD>                                    <TD COL='3' PORT='epwm1_et_socb'>SOCB</TD></TR>
                       </TABLE>>
               color=black shape=plaintext fillcolor="#F0F0F0" style=filled]


        {rank=same epwm1_TB; epwm1_CC};
        {rank=same epwm1_TZ; epwm1_DC};
        {rank=same epwm1_DB; epwm1_ET};
    }

    epwm1_TB:s -> epwm1_CC:n [label="TBCTR"];
    epwm1_DC:n -> epwm1_TZ:epwm1_tz_dcforce:s;


    epwm1_TB:epwm1_tb_prd:e -> epwm1_AQ:epwm1_aq_prd:w;
    epwm1_TB:epwm1_tb_zero:e -> epwm1_AQ:epwm1_aq_zero:w;
    epwm1_TB:epwm1_tb_dir:e -> epwm1_AQ:epwm1_aq_dir:w;
    epwm1_CC:epwm1_cc_cmpa:e -> epwm1_AQ:epwm1_aq_cmpa:w;
    epwm1_CC:epwm1_cc_cmpb:e -> epwm1_AQ:epwm1_aq_cmpb:w;

    epwm1_AQ:epwm1_aq_epwma:e -> epwm1_DB:epwm1_db_epwma_in:w
    epwm1_DB:epwm1_db_epwma_out:e -> epwm1_PC:epwm1_pc_epwma_in:w
    epwm1_PC:epwm1_pc_epwma_out:e -> epwm1_TZ:epwm1_tz_epwma_in:w


    epwm1_AQ:epwm1_aq_epwmb:e -> epwm1_DB:epwm1_db_epwmb_in:w
    epwm1_DB:epwm1_db_epwmb_out:e -> epwm1_PC:epwm1_pc_epwmb_in:w
    epwm1_PC:epwm1_pc_epwmb_out:e -> epwm1_TZ:epwm1_tz_epwmb_in:w


 	epwm1_TB:epwm1_syncout -> SYNCOUT_EPWM1

    epwm1_TZ:epwm1_tz_epwma_out:e -> GPIO0
    epwm1_TZ:epwm1_tz_epwmb_out:e -> GPIO1

    subgraph cluster_epwm2 {
        label = "EPWM2 = EPWM_S34";
        color=red;


        epwm2_TB [label= <<TABLE BORDER='0' CELLBORDER='1' CELLPADDING='3' CELLSPACING='0'>
                        <TR><TD PORT='' COLSPAN='3'><br/><br/>  Time Base <br/><br/><br/></TD></TR>
                        <TR><TD PORT='epwm2_syncin'>SYNCIN</TD><TD ROWSPAN='3'>Emulation Mode: EPWM_EMULATION_STOP_AFTER_NEXT_TB<br align="left" />Time Base Clock Divider: EPWM_CLOCK_DIVIDER_1<br align="left" />High Speed Clock Divider: EPWM_HSCLOCK_DIVIDER_1<br align="left" />Time Base Period Load Mode: EPWM_PERIOD_SHADOW_LOAD<br align="left" />Time Base Period Load Event: EPWM_SHADOW_LOAD_MODE_COUNTER_ZERO<br align="left" />Time Base Period: 5000<br align="left" />Time Base Period Link: EPWM_LINK_WITH_EPWM_1<br align="left" />Enable Time Base Period Global Load: false<br align="left" />Initial Counter Value: 0<br align="left" />Counter Mode: EPWM_COUNTER_MODE_UP_DOWN<br align="left" />Counter Mode After Sync: EPWM_COUNT_MODE_UP_AFTER_SYNC<br align="left" />Enable Phase Shift Load: false<br align="left" />Phase Shift Value: 0<br align="left" />Force a Sync Pulse: false<br align="left" />Sync Out Pulse: EPWM_SYNC_OUT_PULSE_ON_EPWMxSYNCIN<br align="left" />EPWMxSYNCPER Source Select: HRPWM_PWMSYNC_SOURCE_PERIOD<br align="left" /></TD><TD PORT='epwm2_tb_prd'>CTR==PRD</TD></TR>
                        <TR><TD PORT='epwm2_syncout'>SYNCOUT</TD><TD COL='3' PORT='epwm2_tb_zero'>CTR==ZRO</TD></TR>
                        <TR><TD PORT=''>Digital Compare sync</TD><TD COL='3' PORT='epwm2_tb_dir'>CTR_DIR</TD></TR>
                       </TABLE>>
               color=black shape=plaintext fillcolor="#F0F0F0" style=filled]


        epwm2_DC [label= <<TABLE BORDER='0' CELLBORDER='1' CELLPADDING='3' CELLSPACING='0'>
                       <TR><TD PORT='epwm2_dc_title' COLSPAN='3'><br/><br/>  EPWM Digital Compare<br/><br/><br/></TD></TR>
-                        <TR><TD PORT='epwm2_dcah'>DCAH</TD><TD ROWSPAN='12'>Digital Compare A High: EPWM_DC_TRIP_TRIPIN1<br align="left" />Combination Input Sources (Digital Compare A High): <br align="left" />Digital Compare A Low: EPWM_DC_TRIP_TRIPIN1<br align="left" />Combination Input Sources (Digital Compare A Low): <br align="left" />Condition For Digital Compare output 1 A: EPWM_TZ_EVENT_DC_DISABLED<br align="left" />Condition For Digital Compare output 2 A: EPWM_TZ_EVENT_DC_DISABLED<br align="left" />Generate ADC SOC (DCAEVT1): false<br align="left" />Generate SYNCOUT (DCAEVT1): false<br align="left" />Synch Mode (DCAEVT1): EPWM_DC_EVENT_INPUT_SYNCED<br align="left" />Signal Source (DCAEVT1): EPWM_DC_EVENT_SOURCE_ORIG_SIGNAL<br align="left" />Synch Mode (DCAEVT2): EPWM_DC_EVENT_INPUT_SYNCED<br align="left" />Signal Source (DCAEVT2): EPWM_DC_EVENT_SOURCE_ORIG_SIGNAL<br align="left" />Digital Compare B High: EPWM_DC_TRIP_TRIPIN1<br align="left" />Combination Input Sources (Digital Compare B High): <br align="left" />Digital Compare B Low: EPWM_DC_TRIP_TRIPIN1<br align="left" />Combination Input Sources (Digital Compare B Low): <br align="left" />Condition For Digital Compare output 1 B: EPWM_TZ_EVENT_DC_DISABLED<br align="left" />Condition For Digital Compare output 2 B: EPWM_TZ_EVENT_DC_DISABLED<br align="left" />Generate ADC SOC (DCBEVT1): false<br align="left" />Generate SYNCOUT (DCBEVT1): false<br align="left" />Synch Mode (DCBEVT1): EPWM_DC_EVENT_INPUT_SYNCED<br align="left" />Signal Source (DCBEVT1): EPWM_DC_EVENT_SOURCE_ORIG_SIGNAL<br align="left" />Synch Mode (DCBEVT2): EPWM_DC_EVENT_INPUT_SYNCED<br align="left" />Signal Source (DCBEVT2): EPWM_DC_EVENT_SOURCE_ORIG_SIGNAL<br align="left" />Digital Compare Filter Input (DCEVTFILT event source): EPWM_DC_WINDOW_SOURCE_DCAEVT1<br align="left" />Use Blanking Window: false<br align="left" />Blanking Window Start Event: EPWM_DC_WINDOW_START_TBCTR_PERIOD<br align="left" />Blanking Window Offset from the Start Event: 0<br align="left" />Blanking Window Length: 0<br align="left" />Invert Blanking Window: false<br align="left" />Use DC Counter Capture: false<br align="left" />Enable DC Counter Capture Shadow Mode: false<br align="left" />DC Counter Capture Re-Enable Event\Shadow Load Event (Blanking Window Start Event): EPWM_DC_WINDOW_START_TBCTR_PERIOD<br align="left" />DC Counter Capture Independent Pulse Selection: false<br align="left" />Use Edge Filter: false<br align="left" />Edge Filter Mode: EPWM_DC_EDGEFILT_MODE_RISING<br align="left" />Edge Filter Edge Count: EPWM_DC_EDGEFILT_EDGECNT_0<br align="left" />Enable Edge Filter Reset/Enable Valley Capture: false<br align="left" />Edge Filter Counter Reset/Valley Capture Signal Source: EPWM_VALLEY_TRIGGER_EVENT_SOFTWARE<br align="left" />Start Valley Capture Logic: false<br align="left" />Start Valley Capture: 0<br align="left" />Stop Valley Capture: 0<br align="left" />Select the delayed output (by HWDELVAL) of the Edge Filter: false<br align="left" />SWVDELVAL (software valley delay value): 0<br align="left" />Valley Delay Divider: EPWM_VALLEY_DELAY_MODE_SW_DELAY<br align="left" /></TD><TD COL='3' PORT='epwm2_dcaevt1frc'>DCAEVT1.force</TD></TR>
+                        <TR><TD PORT='epwm2_dcah'>DCAH</TD><TD ROWSPAN='12'>Digital Compare A High: EPWM_DC_TRIP_TRIPIN4<br align="left" />Combination Input Sources (Digital Compare A High): <br align="left" />Digital Compare A Low: EPWM_DC_TRIP_TRIPIN1<br align="left" />Combination Input Sources (Digital Compare A Low): <br align="left" />Condition For Digital Compare output 1 A: EPWM_TZ_EVENT_DCXH_HIGH<br align="left" />Condition For Digital Compare output 2 A: EPWM_TZ_EVENT_DC_DISABLED<br align="left" />Generate ADC SOC (DCAEVT1): false<br align="left" />Generate SYNCOUT (DCAEVT1): false<br align="left" />Synch Mode (DCAEVT1): EPWM_DC_EVENT_INPUT_SYNCED<br align="left" />Signal Source (DCAEVT1): EPWM_DC_EVENT_SOURCE_ORIG_SIGNAL<br align="left" />Synch Mode (DCAEVT2): EPWM_DC_EVENT_INPUT_SYNCED<br align="left" />Signal Source (DCAEVT2): EPWM_DC_EVENT_SOURCE_ORIG_SIGNAL<br align="left" />Digital Compare B High: EPWM_DC_TRIP_TRIPIN1<br align="left" />Combination Input Sources (Digital Compare B High): <br align="left" />Digital Compare B Low: EPWM_DC_TRIP_TRIPIN1<br align="left" />Combination Input Sources (Digital Compare B Low): <br align="left" />Condition For Digital Compare output 1 B: EPWM_TZ_EVENT_DC_DISABLED<br align="left" />Condition For Digital Compare output 2 B: EPWM_TZ_EVENT_DC_DISABLED<br align="left" />Generate ADC SOC (DCBEVT1): false<br align="left" />Generate SYNCOUT (DCBEVT1): false<br align="left" />Synch Mode (DCBEVT1): EPWM_DC_EVENT_INPUT_SYNCED<br align="left" />Signal Source (DCBEVT1): EPWM_DC_EVENT_SOURCE_ORIG_SIGNAL<br align="left" />Synch Mode (DCBEVT2): EPWM_DC_EVENT_INPUT_SYNCED<br align="left" />Signal Source (DCBEVT2): EPWM_DC_EVENT_SOURCE_ORIG_SIGNAL<br align="left" />Digital Compare Filter Input (DCEVTFILT event source): EPWM_DC_WINDOW_SOURCE_DCAEVT1<br align="left" />Use Blanking Window: false<br align="left" />Blanking Window Start Event: EPWM_DC_WINDOW_START_TBCTR_PERIOD<br align="left" />Blanking Window Offset from the Start Event: 0<br align="left" />Blanking Window Length: 0<br align="left" />Invert Blanking Window: false<br align="left" />Use DC Counter Capture: false<br align="left" />Enable DC Counter Capture Shadow Mode: false<br align="left" />DC Counter Capture Re-Enable Event\Shadow Load Event (Blanking Window Start Event): EPWM_DC_WINDOW_START_TBCTR_PERIOD<br align="left" />DC Counter Capture Independent Pulse Selection: false<br align="left" />Use Edge Filter: false<br align="left" />Edge Filter Mode: EPWM_DC_EDGEFILT_MODE_RISING<br align="left" />Edge Filter Edge Count: EPWM_DC_EDGEFILT_EDGECNT_0<br align="left" />Enable Edge Filter Reset/Enable Valley Capture: false<br align="left" />Edge Filter Counter Reset/Valley Capture Signal Source: EPWM_VALLEY_TRIGGER_EVENT_SOFTWARE<br align="left" />Start Valley Capture Logic: false<br align="left" />Start Valley Capture: 0<br align="left" />Stop Valley Capture: 0<br align="left" />Select the delayed output (by HWDELVAL) of the Edge Filter: false<br align="left" />SWVDELVAL (software valley delay value): 0<br align="left" />Valley Delay Divider: EPWM_VALLEY_DELAY_MODE_SW_DELAY<br align="left" /></TD><TD COL='3' PORT='epwm2_dcaevt1frc'>DCAEVT1.force</TD></TR>
                       <TR><TD PORT='epwm2_dcal'>DCAL</TD>                                 <TD COL='3' PORT=''>DCAEVT2.force</TD></TR>
                       <TR><TD ROWSPAN='4'></TD>                                                        <TD COL='3' PORT=''>DCAEVT1.sync</TD></TR>
                       <TR>                                                                             <TD COL='3' PORT=''>DCAEVT2.sync</TD></TR>
                       <TR>                                                                             <TD COL='3' PORT=''>DCAEVT1.inter</TD></TR>
                       <TR>                                                                             <TD COL='3' PORT=''>DCAEVT1.soc</TD></TR>
                       <TR><TD PORT='epwm2_dcbh'>DCBH</TD>                                 <TD PORT='epwm2_dcbevt1frc'>DCBEVT1.force</TD></TR>
                       <TR><TD PORT='epwm2_dcbl'>DCBL</TD>                                 <TD PORT=''>DCBEVT2.force</TD></TR>
                       <TR><TD ROWSPAN='4'></TD>                                                        <TD COL='3' PORT=''>DCBEVT1.sync</TD></TR>
                       <TR>                                                                             <TD COL='3' PORT=''>DCBEVT2.sync</TD></TR>
                       <TR>                                                                             <TD COL='3' PORT=''>DCBEVT1.inter</TD></TR>
                       <TR>                                                                             <TD COL='3' PORT=''>DCBEVT1.soc</TD></TR>
                       </TABLE>>
               color=black shape=plaintext fillcolor="#F0F0F0" style=filled]


        epwm2_CC [label= <<TABLE BORDER='0' CELLBORDER='1' CELLPADDING='3' CELLSPACING='0'>
                       <TR><TD PORT='epwm2_cc_title' COLSPAN='3'><br/><br/>  EPWM Counter Compare<br/><br/><br/></TD></TR>
                       <TR><TD PORT='' COLSPAN='2' ROWSPAN='4'>Counter Compare A (CMPA): 0<br align="left" />Enable Counter Compare A (CMPA) Global Load: false<br align="left" />Enable Shadow Counter Compare A (CMPA): true<br align="left" />Counter Compare A Shadow Load Event: EPWM_COMP_LOAD_ON_CNTR_ZERO<br align="left" />Counter Compare A (CMPA) Link: EPWM_LINK_WITH_DISABLE<br align="left" />Counter Compare B (CMPB): 0<br align="left" />Enable Counter Compare B (CMPB) Global Load: false<br align="left" />Enable Shadow Counter Compare B (CMPB): true<br align="left" />Counter Compare B Shadow Load Event: EPWM_COMP_LOAD_ON_CNTR_ZERO<br align="left" />Counter Compare B (CMPB) Link: EPWM_LINK_WITH_DISABLE<br align="left" />Counter Compare C (CMPC): 0<br align="left" />Enable Counter Compare C (CMPC) Global Load: false<br align="left" />Enable Shadow Counter Compare C (CMPC): true<br align="left" />Counter Compare C Shadow Load Event: EPWM_COMP_LOAD_ON_CNTR_ZERO<br align="left" />Counter Compare C (CMPC) Link: EPWM_LINK_WITH_DISABLE<br align="left" />Counter Compare D (CMPD): 0<br align="left" />Enable Counter Compare D (CMPD) Global Load: false<br align="left" />Enable Shadow Counter Compare D (CMPD): true<br align="left" />Counter Compare D Shadow Load Event: EPWM_COMP_LOAD_ON_CNTR_ZERO<br align="left" />Counter Compare D (CMPD) Link: EPWM_LINK_WITH_DISABLE<br align="left" /></TD><TD COL='3' PORT='epwm2_cc_cmpa'>CTR == CMPA</TD></TR>
                       <TR><TD COL='3' PORT='epwm2_cc_cmpb'>CTR == CMPB</TD></TR>
                       <TR><TD COL='3' PORT='epwm2_cc_cmpc'>CTR == CMPC</TD></TR>
                       <TR><TD COL='3' PORT='epwm2_cc_cmpd'>CTR == CMPD</TD></TR>
                       </TABLE>>
               color=black shape=plaintext fillcolor="#F0F0F0" style=filled]


        epwm2_AQ [label= <<TABLE BORDER='0' CELLBORDER='1' CELLPADDING='3' CELLSPACING='0'>
                       <TR><TD PORT='epwm2_aq_title' COLSPAN='3'><br/><br/>  EPWM Action Qualifier<br/><br/><br/></TD></TR>
-                        <TR><TD PORT='epwm2_aq_prd'>PRD</TD><TD PORT='' ROWSPAN='7'>Enable Continuous SW Force Global Load: false<br align="left" />Continuous SW Force Shadow Mode: EPWM_AQ_SW_SH_LOAD_ON_CNTR_ZERO<br align="left" />T1 Trigger Source: EPWM_AQ_TRIGGER_EVENT_TRIG_DCA_1<br align="left" />T2 Trigger Source: EPWM_AQ_TRIGGER_EVENT_TRIG_DCA_1<br align="left" />ePWMxA Global Load Enable: false<br align="left" />ePWMxA Shadow Mode Enable: false<br align="left" />ePWMxA Shadow Load Event: EPWM_AQ_LOAD_ON_CNTR_ZERO<br align="left" />ePWMxA One-Time SW Force Action: EPWM_AQ_OUTPUT_NO_CHANGE<br align="left" />ePWMxA Continuous SW Force Action: EPWM_AQ_SW_DISABLED<br align="left" />ePWMxA  Time base counter equals zero: EPWM_AQ_OUTPUT_NO_CHANGE<br align="left" />ePWMxA  Time base counter equals period: EPWM_AQ_OUTPUT_NO_CHANGE<br align="left" />ePWMxA  Time base counter up equals COMPA: EPWM_AQ_OUTPUT_LOW<br align="left" />ePWMxA  Time base counter down equals COMPA: EPWM_AQ_OUTPUT_HIGH<br align="left" />ePWMxA  Time base counter up equals COMPB: EPWM_AQ_OUTPUT_NO_CHANGE<br align="left" />ePWMxA  Time base counter down equals COMPB: EPWM_AQ_OUTPUT_NO_CHANGE<br align="left" />ePWMxA  T1 event on count up: EPWM_AQ_OUTPUT_NO_CHANGE<br align="left" />ePWMxA  T1 event on count down: EPWM_AQ_OUTPUT_NO_CHANGE<br align="left" />ePWMxA  T2 event on count up: EPWM_AQ_OUTPUT_NO_CHANGE<br align="left" />ePWMxA  T2 event on count down: EPWM_AQ_OUTPUT_NO_CHANGE<br align="left" />ePWMxB Global Load Enable: false<br align="left" />ePWMxB Shadow Mode Enable: false<br align="left" />ePWMxB Shadow Load Event: EPWM_AQ_LOAD_ON_CNTR_ZERO<br align="left" />ePWMxB One-Time SW Force Action: EPWM_AQ_OUTPUT_NO_CHANGE<br align="left" />ePWMxB Continuous SW Force Action: EPWM_AQ_SW_DISABLED<br align="left" />ePWMxB  Time base counter equals zero: EPWM_AQ_OUTPUT_NO_CHANGE<br align="left" />ePWMxB  Time base counter equals period: EPWM_AQ_OUTPUT_NO_CHANGE<br align="left" />ePWMxB  Time base counter up equals COMPA: EPWM_AQ_OUTPUT_HIGH<br align="left" />ePWMxB  Time base counter down equals COMPA: EPWM_AQ_OUTPUT_LOW<br align="left" />ePWMxB  Time base counter up equals COMPB: EPWM_AQ_OUTPUT_NO_CHANGE<br align="left" />ePWMxB  Time base counter down equals COMPB: EPWM_AQ_OUTPUT_NO_CHANGE<br align="left" />ePWMxB  T1 event on count up: EPWM_AQ_OUTPUT_NO_CHANGE<br align="left" />ePWMxB  T1 event on count down: EPWM_AQ_OUTPUT_NO_CHANGE<br align="left" />ePWMxB  T2 event on count up: EPWM_AQ_OUTPUT_NO_CHANGE<br align="left" />ePWMxB  T2 event on count down: EPWM_AQ_OUTPUT_NO_CHANGE<br align="left" /></TD><TD COL='3' PORT='epwm2_aq_epwma'>EPWMA</TD></TR>
+                        <TR><TD PORT='epwm2_aq_prd'>PRD</TD><TD PORT='' ROWSPAN='7'>Enable Continuous SW Force Global Load: false<br align="left" />Continuous SW Force Shadow Mode: EPWM_AQ_SW_SH_LOAD_ON_CNTR_ZERO<br align="left" />T1 Trigger Source: EPWM_AQ_TRIGGER_EVENT_TRIG_DCA_1<br align="left" />T2 Trigger Source: EPWM_AQ_TRIGGER_EVENT_TRIG_DCA_1<br align="left" />ePWMxA Global Load Enable: false<br align="left" />ePWMxA Shadow Mode Enable: false<br align="left" />ePWMxA Shadow Load Event: EPWM_AQ_LOAD_ON_CNTR_ZERO<br align="left" />ePWMxA One-Time SW Force Action: EPWM_AQ_OUTPUT_LOW<br align="left" />ePWMxA Continuous SW Force Action: EPWM_AQ_SW_DISABLED<br align="left" />ePWMxA  Time base counter equals zero: EPWM_AQ_OUTPUT_NO_CHANGE<br align="left" />ePWMxA  Time base counter equals period: EPWM_AQ_OUTPUT_NO_CHANGE<br align="left" />ePWMxA  Time base counter up equals COMPA: EPWM_AQ_OUTPUT_LOW<br align="left" />ePWMxA  Time base counter down equals COMPA: EPWM_AQ_OUTPUT_HIGH<br align="left" />ePWMxA  Time base counter up equals COMPB: EPWM_AQ_OUTPUT_NO_CHANGE<br align="left" />ePWMxA  Time base counter down equals COMPB: EPWM_AQ_OUTPUT_NO_CHANGE<br align="left" />ePWMxA  T1 event on count up: EPWM_AQ_OUTPUT_NO_CHANGE<br align="left" />ePWMxA  T1 event on count down: EPWM_AQ_OUTPUT_NO_CHANGE<br align="left" />ePWMxA  T2 event on count up: EPWM_AQ_OUTPUT_NO_CHANGE<br align="left" />ePWMxA  T2 event on count down: EPWM_AQ_OUTPUT_NO_CHANGE<br align="left" />ePWMxB Global Load Enable: false<br align="left" />ePWMxB Shadow Mode Enable: false<br align="left" />ePWMxB Shadow Load Event: EPWM_AQ_LOAD_ON_CNTR_ZERO<br align="left" />ePWMxB One-Time SW Force Action: EPWM_AQ_OUTPUT_LOW<br align="left" />ePWMxB Continuous SW Force Action: EPWM_AQ_SW_DISABLED<br align="left" />ePWMxB  Time base counter equals zero: EPWM_AQ_OUTPUT_NO_CHANGE<br align="left" />ePWMxB  Time base counter equals period: EPWM_AQ_OUTPUT_NO_CHANGE<br align="left" />ePWMxB  Time base counter up equals COMPA: EPWM_AQ_OUTPUT_HIGH<br align="left" />ePWMxB  Time base counter down equals COMPA: EPWM_AQ_OUTPUT_LOW<br align="left" />ePWMxB  Time base counter up equals COMPB: EPWM_AQ_OUTPUT_NO_CHANGE<br align="left" />ePWMxB  Time base counter down equals COMPB: EPWM_AQ_OUTPUT_NO_CHANGE<br align="left" />ePWMxB  T1 event on count up: EPWM_AQ_OUTPUT_NO_CHANGE<br align="left" />ePWMxB  T1 event on count down: EPWM_AQ_OUTPUT_NO_CHANGE<br align="left" />ePWMxB  T2 event on count up: EPWM_AQ_OUTPUT_NO_CHANGE<br align="left" />ePWMxB  T2 event on count down: EPWM_AQ_OUTPUT_NO_CHANGE<br align="left" /></TD><TD COL='3' PORT='epwm2_aq_epwma'>EPWMA</TD></TR>
                       <TR><TD PORT='epwm2_aq_zero'>ZERO</TD>                                    <TD COL='3' PORT='epwm2_aq_epwmb'>EPWMB</TD></TR>
                       <TR><TD PORT='epwm2_aq_dir'>DIR</TD>                                    </TR>
                       <TR><TD PORT='epwm2_aq_t1'>T1</TD>                                    </TR>
                       <TR><TD PORT='epwm2_aq_t2'>T2</TD>                                    </TR>
                       <TR><TD PORT='epwm2_aq_cmpa'>CMPA</TD>                                    </TR>
                       <TR><TD PORT='epwm2_aq_cmpb'>CMPB</TD>                                    </TR>
                       </TABLE>>
               color=black shape=plaintext fillcolor="#F0F0F0" style=filled]


        epwm2_DB [label= <<TABLE BORDER='0' CELLBORDER='1' CELLPADDING='3' CELLSPACING='0'>
                       <TR><TD PORT='epwm2_db_title' COLSPAN='3'><br/><br/>  EPWM Deadband<br/><br/><br/></TD></TR>
                       <TR><TD PORT='epwm2_db_epwma_in'>EPWMA IN</TD><TD PORT='' ROWSPAN='2'>Active High: undefined<br align="left" />Active Low: undefined<br align="left" />Active High Complementary: undefined<br align="left" />Active Low Complementary: undefined<br align="left" />Dual Edge Delay Mode: undefined<br align="left" />Rising Edge Delay Input: EPWM_DB_INPUT_EPWMA<br align="left" />Falling Edge Delay Input: EPWM_DB_INPUT_EPWMA<br align="left" />Rising Edge Delay Polarity: EPWM_DB_POLARITY_ACTIVE_HIGH<br align="left" />Falling Edge Delay Polarity: EPWM_DB_POLARITY_ACTIVE_HIGH<br align="left" />Enable Rising Edge Delay: false<br align="left" />RED Shadow Load Event: EPWM_RED_LOAD_ON_CNTR_ZERO<br align="left" />Enable RED Shadow Mode: false<br align="left" />Rising Edge Delay Value: 0<br align="left" />Enable Falling Edge Delay: false<br align="left" />FED Shadow Load Event: EPWM_FED_LOAD_ON_CNTR_ZERO<br align="left" />Enable FED Shadow Mode: false<br align="left" />Falling Edge Delay Value: 0<br align="left" />Swap Output for EPWMxA: false<br align="left" />Swap Output for EPWMxB: false<br align="left" />Enable Deadband Control Global Load: false<br align="left" />Deadband Control Shadow Load Event: EPWM_DB_LOAD_ON_CNTR_ZERO<br align="left" />Enable Deadband Control Shadow Mode: false<br align="left" />Enable RED Global Load: false<br align="left" />Enable FED Global Load: false<br align="left" />Dead Band Counter Clock Rate: EPWM_DB_COUNTER_CLOCK_FULL_CYCLE<br align="left" /></TD><TD COL='3' PORT='epwm2_db_epwma_out'>EPWMA</TD></TR>
                       <TR><TD PORT='epwm2_db_epwmb_in'>EPWMB IN</TD>                                    <TD COL='3' PORT='epwm2_db_epwmb_out'>EPWMB</TD></TR>
                       </TABLE>>
               color=black shape=plaintext fillcolor="#F0F0F0" style=filled]


        epwm2_PC [label= <<TABLE BORDER='0' CELLBORDER='1' CELLPADDING='3' CELLSPACING='0'>
                       <TR><TD PORT='epwm2_pc_title' COLSPAN='3'><br/><br/>  EPWM Chopper<br/><br/><br/></TD></TR>
                       <TR><TD PORT='epwm2_pc_epwma_in'>EPWMA IN</TD><TD PORT='' ROWSPAN='2'>Use Chopper: false<br align="left" />Chopper Duty Cycle: 0<br align="left" />Chopper Frequency: 0<br align="left" />Chopper First Pulse Width: 0<br align="left" /></TD><TD COL='3' PORT='epwm2_pc_epwma_out'>EPWMA</TD></TR>
                       <TR><TD PORT='epwm2_pc_epwmb_in'>EPWMB IN</TD>                                    <TD COL='3' PORT='epwm2_pc_epwmb_out'>EPWMB</TD></TR>
                       </TABLE>>
               color=black shape=plaintext fillcolor="#F0F0F0" style=filled]


        epwm2_TZ [label= <<TABLE BORDER='0' CELLBORDER='1' CELLPADDING='3' CELLSPACING='0'>
                       <TR><TD PORT='epwm2_tz_title' COLSPAN='3'><br/><br/>  EPWM Trip-Zone<br/><br/><br/></TD></TR>
                       <TR><TD PORT='epwm2_tz_epwma_in'>EPWMA IN</TD><TD PORT='' ROWSPAN='4'>Use Advanced EPWM Trip Zone Actions: false<br align="left" />TZA Event: EPWM_TZ_ACTION_HIGH_Z<br align="left" />TZB Event: EPWM_TZ_ACTION_HIGH_Z<br align="left" />DCAEVT1 Event: EPWM_TZ_ACTION_HIGH_Z<br align="left" />DCAEVT2 Event: EPWM_TZ_ACTION_HIGH_Z<br align="left" />DCBEVT1 Event: EPWM_TZ_ACTION_HIGH_Z<br align="left" />DCBEVT2 Event: EPWM_TZ_ACTION_HIGH_Z<br align="left" />TZB_D Event (Adv): EPWM_TZ_ADV_ACTION_HIGH_Z<br align="left" />TZB_U Event (Adv): EPWM_TZ_ADV_ACTION_HIGH_Z<br align="left" />TZA_D Event (Adv): EPWM_TZ_ADV_ACTION_HIGH_Z<br align="left" />TZA_U Event (Adv): EPWM_TZ_ADV_ACTION_HIGH_Z<br align="left" />DCAEVT1_U Event (Adv): EPWM_TZ_ADV_ACTION_HIGH_Z<br align="left" />DCAEVT1_D Event (Adv): EPWM_TZ_ADV_ACTION_HIGH_Z<br align="left" />DCAEVT2_U Event (Adv): EPWM_TZ_ADV_ACTION_HIGH_Z<br align="left" />DCAEVT2_D Event (Adv): EPWM_TZ_ADV_ACTION_HIGH_Z<br align="left" />DCBEVT1_U Event (Adv): EPWM_TZ_ADV_ACTION_HIGH_Z<br align="left" />DCBEVT1_D Event (Adv): EPWM_TZ_ADV_ACTION_HIGH_Z<br align="left" />DCBEVT2_U Event (Adv): EPWM_TZ_ADV_ACTION_HIGH_Z<br align="left" />DCBEVT2_D Event (Adv): EPWM_TZ_ADV_ACTION_HIGH_Z<br align="left" />One-Shot Source: <br align="left" />CBC Source: <br align="left" />CBC Latch Clear Signal: EPWM_TZ_CBC_PULSE_CLR_CNTR_ZERO<br align="left" />TZ Interrupt Source (ORed): <br align="left" />Register Interrupt Handler: false<br align="left" /></TD><TD COL='3' PORT='epwm2_tz_epwma_out'>EPWMA</TD></TR>
                       <TR><TD PORT='epwm2_tz_epwmb_in'>EPWMB IN</TD>                                    <TD COL='3' PORT='epwm2_tz_epwmb_out'>EPWMB</TD></TR>
                       <TR><TD PORT='epwm2_tz_int'>TZINT</TD>                                    </TR>
                       <TR><TD PORT='epwm2_tz_dcforce'>Digital Compare force</TD>                                    </TR>
                       </TABLE>>
               color=black shape=plaintext fillcolor="#F0F0F0" style=filled]


        epwm2_ET [label= <<TABLE BORDER='0' CELLBORDER='1' CELLPADDING='3' CELLSPACING='0'>
                       <TR><TD PORT='epwm2_et_title' COLSPAN='3'><br/><br/>  EPWM Event Trigger<br/><br/><br/></TD></TR>
                       <TR><TD PORT='epwm2_et_tb'>Timebase Signals</TD><TD PORT='' ROWSPAN='3'>Enable EPWM Interrupt: false<br align="left" />Register Interrupt Handler: false<br align="left" />Interrupt Event Sources: EPWM_INT_TBCTR_DISABLED<br align="left" />Interrupt Event Count: 0<br align="left" />Interrupt Event Count Initial Value Load Enable: false<br align="left" />Interrupt Event Count Initial Value: 0<br align="left" />Force Interrupt Event Count Initial Value: false<br align="left" />SOCA Trigger Enable: false<br align="left" />SOCA Trigger Source: EPWM_SOC_DCxEVT1<br align="left" />SOCA Trigger Event Count: 0<br align="left" />SOCA Trigger Event Count Initial Value Load Enable: false<br align="left" />SOCA Trigger Event Count Initial Value: 0<br align="left" />Force SOCA Trigger Event Count Initial Value: false<br align="left" />SOCB Trigger Enable: false<br align="left" />SOCB Trigger Source: EPWM_SOC_DCxEVT1<br align="left" />SOCB Trigger Event Count: 0<br align="left" />SOCB Trigger Event Count Initial Value Load Enable: false<br align="left" />SOCB Trigger Event Count Initial Value: 0<br align="left" />Force SOCB Trigger Event Count Initial Value: false<br align="left" /></TD><TD COL='3' PORT='epwm2_et_int'>INT</TD></TR>
                       <TR><TD PORT='epwm2_et_cc'>Counter Compare Signals</TD>                                    <TD COL='3' PORT='epwm2_et_soca'>SOCA</TD></TR>
                       <TR><TD PORT='epwm2_et_dc'>Digital Compare Signals</TD>                                    <TD COL='3' PORT='epwm2_et_socb'>SOCB</TD></TR>
                       </TABLE>>
               color=black shape=plaintext fillcolor="#F0F0F0" style=filled]


        {rank=same epwm2_TB; epwm2_CC};
        {rank=same epwm2_TZ; epwm2_DC};
        {rank=same epwm2_DB; epwm2_ET};
    }

    epwm2_TB:s -> epwm2_CC:n [label="TBCTR"];
    epwm2_DC:n -> epwm2_TZ:epwm2_tz_dcforce:s;


    epwm2_TB:epwm2_tb_prd:e -> epwm2_AQ:epwm2_aq_prd:w;
    epwm2_TB:epwm2_tb_zero:e -> epwm2_AQ:epwm2_aq_zero:w;
    epwm2_TB:epwm2_tb_dir:e -> epwm2_AQ:epwm2_aq_dir:w;
    epwm2_CC:epwm2_cc_cmpa:e -> epwm2_AQ:epwm2_aq_cmpa:w;
    epwm2_CC:epwm2_cc_cmpb:e -> epwm2_AQ:epwm2_aq_cmpb:w;

    epwm2_AQ:epwm2_aq_epwma:e -> epwm2_DB:epwm2_db_epwma_in:w
    epwm2_DB:epwm2_db_epwma_out:e -> epwm2_PC:epwm2_pc_epwma_in:w
    epwm2_PC:epwm2_pc_epwma_out:e -> epwm2_TZ:epwm2_tz_epwma_in:w


    epwm2_AQ:epwm2_aq_epwmb:e -> epwm2_DB:epwm2_db_epwmb_in:w
    epwm2_DB:epwm2_db_epwmb_out:e -> epwm2_PC:epwm2_pc_epwmb_in:w
    epwm2_PC:epwm2_pc_epwmb_out:e -> epwm2_TZ:epwm2_tz_epwmb_in:w


 	epwm2_TB:epwm2_syncout -> SYNCOUT_EPWM2

    epwm2_TZ:epwm2_tz_epwma_out:e -> GPIO2
    epwm2_TZ:epwm2_tz_epwmb_out:e -> GPIO3


    EXTSYNCIN1 -> epwm1_TB:epwm1_syncin
    SYNCOUT_EPWM1 -> epwm2_TB:epwm2_syncin


}
